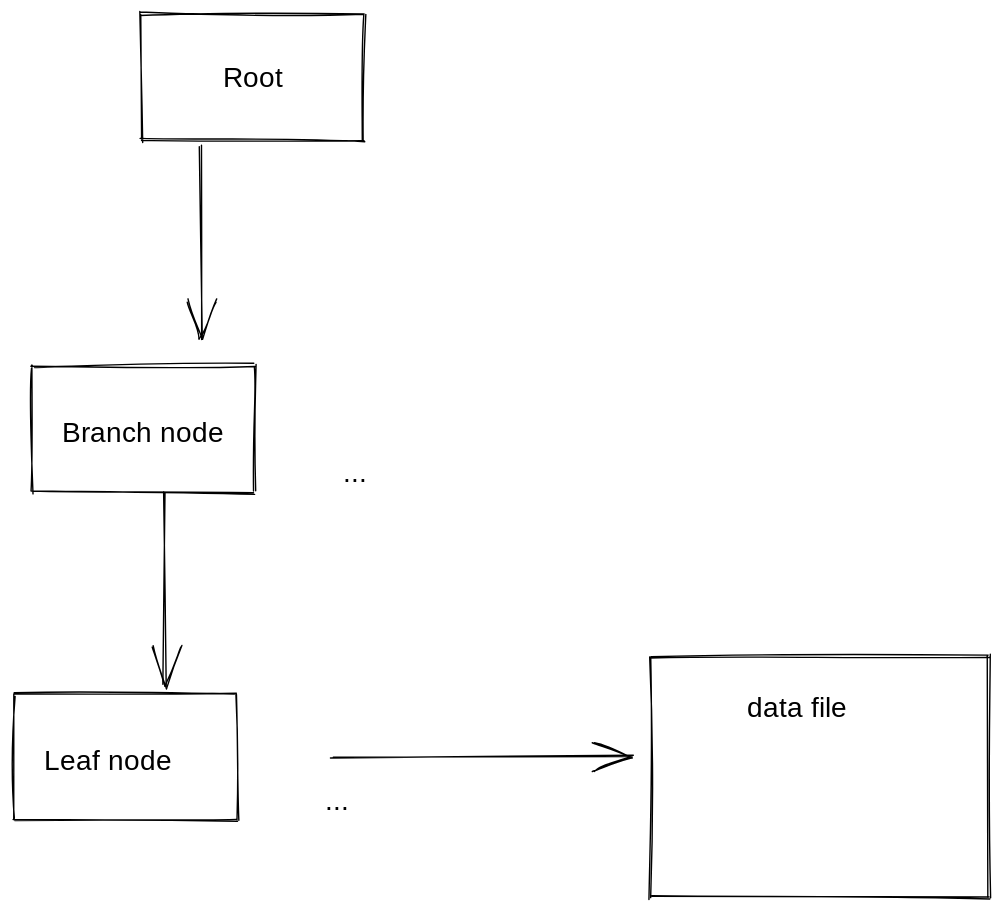
Earlier version of the Excalidraw export .gitbook/assets/file.excalidraw (2) (1).svg (Junnyjun/junlog). Source tidied: one line per element, renumbered; positions are measured from the earlier drawing's top-left corner, leaving out a move shared by most shapes.
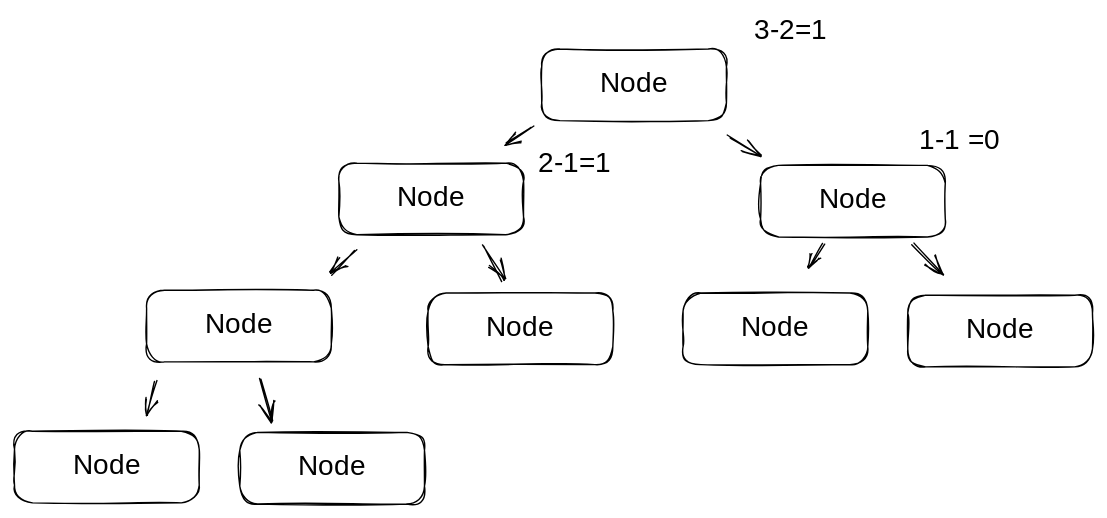
After the change.

Diff of the diagram source:
```diff
@@ -1,13 +1,29 @@
-{"id": 0, "type": "rectangle", "strokeColor": "#000000", "strokeWidth": 1, "roughness": 1, "x": 90, "y": 0, "width": 159, "height": 90}
-{"id": 1, "type": "text", "text": "Root", "strokeColor": "#000000", "strokeWidth": 1, "roughness": 1, "fontSize": 20, "fontFamily": 1, "x": 150, "y": 34, "width": 49, "height": 25}
-{"id": 2, "type": "arrow", "strokeColor": "#000000", "strokeWidth": 1, "roughness": 1, "endArrowhead": "arrow", "from": 0, "to": 3, "x": 134, "y": 95, "width": 0, "height": 138, "points": [[0, 0], [0, 138]]}
-{"id": 3, "type": "rectangle", "strokeColor": "#000000", "strokeWidth": 1, "roughness": 1, "x": 13, "y": 251, "width": 159, "height": 90}
-{"id": 4, "type": "text", "text": "Branch node", "strokeColor": "#000000", "strokeWidth": 1, "roughness": 1, "fontSize": 20, "fontFamily": 1, "x": 34, "y": 287, "width": 120, "height": 25}
-{"id": 5, "type": "text", "text": "...", "strokeColor": "#000000", "strokeWidth": 1, "roughness": 1, "fontSize": 20, "fontFamily": 1, "x": 235, "y": 316, "width": 18, "height": 25}
-{"id": 6, "type": "rectangle", "strokeColor": "#000000", "strokeWidth": 1, "roughness": 1, "x": 0, "y": 486, "width": 159, "height": 90}
-{"id": 7, "type": "text", "text": "Leaf node", "strokeColor": "#000000", "strokeWidth": 1, "roughness": 1, "fontSize": 20, "fontFamily": 1, "x": 22, "y": 522, "width": 101, "height": 25}
-{"id": 8, "type": "text", "text": "...", "strokeColor": "#000000", "strokeWidth": 1, "roughness": 1, "fontSize": 20, "fontFamily": 1, "x": 222, "y": 551, "width": 18, "height": 25}
-{"id": 9, "type": "arrow", "strokeColor": "#000000", "strokeWidth": 1, "roughness": 1, "endArrowhead": "arrow", "to": 6, "x": 107, "y": 341, "width": 0, "height": 138, "points": [[0, 0], [0, 138]]}
-{"id": 10, "type": "arrow", "strokeColor": "#000000", "strokeWidth": 1, "roughness": 1, "endArrowhead": "arrow", "to": 11, "x": 226, "y": 531, "width": 216, "height": 0, "points": [[0, 0], [216, 0]]}
-{"id": 11, "type": "rectangle", "strokeColor": "#000000", "strokeWidth": 1, "roughness": 1, "x": 455, "y": 459, "width": 241, "height": 172}
-{"id": 12, "type": "text", "text": "data file", "strokeColor": "#000000", "strokeWidth": 1, "roughness": 1, "fontSize": 20, "fontFamily": 1, "x": 524, "y": 484, "width": 92, "height": 25}
+{"id": 13, "type": "rectangle", "strokeColor": "#000000", "strokeWidth": 1, "roughness": 1, "round": true, "x": 54, "y": 281, "width": 132, "height": 51}
+{"id": 14, "type": "text", "text": "Node", "strokeColor": "#000000", "strokeWidth": 1, "roughness": 1, "fontSize": 20, "fontFamily": 1, "textAlign": "center", "verticalAlign": "middle", "inside": 13, "x": 96, "y": 294, "width": 48, "height": 26}
+{"id": 15, "type": "rectangle", "strokeColor": "#000000", "strokeWidth": 1, "roughness": 1, "round": true, "x": -91, "y": 363, "width": 132, "height": 51}
+{"id": 16, "type": "text", "text": "Node", "strokeColor": "#000000", "strokeWidth": 1, "roughness": 1, "fontSize": 20, "fontFamily": 1, "textAlign": "center", "verticalAlign": "middle", "inside": 15, "x": -49, "y": 375, "width": 48, "height": 26}
+{"id": 17, "type": "rectangle", "strokeColor": "#000000", "strokeWidth": 1, "roughness": 1, "round": true, "x": 211, "y": 364, "width": 132, "height": 51}
+{"id": 18, "type": "text", "text": "Node", "strokeColor": "#000000", "strokeWidth": 1, "roughness": 1, "fontSize": 20, "fontFamily": 1, "textAlign": "center", "verticalAlign": "middle", "inside": 17, "x": 253, "y": 377, "width": 48, "height": 26}
+{"id": 19, "type": "rectangle", "strokeColor": "#000000", "strokeWidth": 1, "roughness": 1, "round": true, "x": 316, "y": 457, "width": 132, "height": 51}
+{"id": 20, "type": "text", "text": "Node", "strokeColor": "#000000", "strokeWidth": 1, "roughness": 1, "fontSize": 20, "fontFamily": 1, "textAlign": "center", "verticalAlign": "middle", "inside": 19, "x": 358, "y": 470, "width": 48, "height": 26}
+{"id": 21, "type": "rectangle", "strokeColor": "#000000", "strokeWidth": 1, "roughness": 1, "round": true, "x": 155, "y": 455, "width": 132, "height": 51}
+{"id": 22, "type": "text", "text": "Node", "strokeColor": "#000000", "strokeWidth": 1, "roughness": 1, "fontSize": 20, "fontFamily": 1, "textAlign": "center", "verticalAlign": "middle", "inside": 21, "x": 197, "y": 468, "width": 48, "height": 26}
+{"id": 23, "type": "rectangle", "strokeColor": "#000000", "strokeWidth": 1, "roughness": 1, "round": true, "x": -228, "y": 453, "width": 132, "height": 51}
+{"id": 24, "type": "text", "text": "Node", "strokeColor": "#000000", "strokeWidth": 1, "roughness": 1, "fontSize": 20, "fontFamily": 1, "textAlign": "center", "verticalAlign": "middle", "inside": 23, "x": -186, "y": 466, "width": 48, "height": 26}
+{"id": 25, "type": "rectangle", "strokeColor": "#000000", "strokeWidth": 1, "roughness": 1, "round": true, "x": -322, "y": 554, "width": 132, "height": 51}
+{"id": 26, "type": "text", "text": "Node", "strokeColor": "#000000", "strokeWidth": 1, "roughness": 1, "fontSize": 20, "fontFamily": 1, "textAlign": "center", "verticalAlign": "middle", "inside": 25, "x": -280, "y": 567, "width": 48, "height": 26}
+{"id": 27, "type": "rectangle", "strokeColor": "#000000", "strokeWidth": 1, "roughness": 1, "round": true, "x": -161, "y": 555, "width": 132, "height": 51}
+{"id": 28, "type": "text", "text": "Node", "strokeColor": "#000000", "strokeWidth": 1, "roughness": 1, "fontSize": 20, "fontFamily": 1, "textAlign": "center", "verticalAlign": "middle", "inside": 27, "x": -119, "y": 568, "width": 48, "height": 26}
+{"id": 29, "type": "text", "text": "1-1 =0", "strokeColor": "#000000", "strokeWidth": 1, "roughness": 1, "fontSize": 20, "fontFamily": 1, "x": 324, "y": 334, "width": 57, "height": 25}
+{"id": 30, "type": "text", "text": "3-2=1", "strokeColor": "#000000", "strokeWidth": 1, "roughness": 1, "fontSize": 20, "fontFamily": 1, "x": 206, "y": 256, "width": 56, "height": 25}
+{"id": 31, "type": "rectangle", "strokeColor": "#000000", "strokeWidth": 1, "roughness": 1, "round": true, "x": -27, "y": 455, "width": 132, "height": 51}
+{"id": 32, "type": "text", "text": "Node", "strokeColor": "#000000", "strokeWidth": 1, "roughness": 1, "fontSize": 20, "fontFamily": 1, "textAlign": "center", "verticalAlign": "middle", "inside": 31, "x": 15, "y": 468, "width": 48, "height": 26}
+{"id": 33, "type": "text", "text": "2-1=1", "strokeColor": "#000000", "strokeWidth": 1, "roughness": 1, "fontSize": 20, "fontFamily": 1, "x": 52, "y": 351, "width": 48, "height": 25}
+{"id": 34, "type": "arrow", "strokeColor": "#000000", "strokeWidth": 1, "roughness": 1, "endArrowhead": "arrow", "round": true, "from": 23, "to": 27, "x": -147, "y": 516, "width": 8, "height": 32, "points": [[0, 0], [8, 32]]}
+{"id": 35, "type": "arrow", "strokeColor": "#000000", "strokeWidth": 1, "roughness": 1, "endArrowhead": "arrow", "round": true, "from": 23, "to": 25, "x": -222, "y": 518, "width": 6, "height": 24, "points": [[0, 0], [-6, 24]]}
+{"id": 36, "type": "arrow", "strokeColor": "#000000", "strokeWidth": 1, "roughness": 1, "endArrowhead": "arrow", "round": true, "from": 15, "to": 31, "x": 12, "y": 422, "width": 14, "height": 25, "points": [[0, 0], [14, 25]]}
+{"id": 37, "type": "arrow", "strokeColor": "#000000", "strokeWidth": 1, "roughness": 1, "endArrowhead": "arrow", "round": true, "from": 15, "to": 23, "x": -78, "y": 424, "width": 18, "height": 18, "points": [[0, 0], [-18, 18]]}
+{"id": 38, "type": "arrow", "strokeColor": "#000000", "strokeWidth": 1, "roughness": 1, "endArrowhead": "arrow", "round": true, "from": 17, "x": 257, "y": 419, "width": 10, "height": 18, "points": [[0, 0], [-10, 18]]}
+{"id": 39, "type": "arrow", "strokeColor": "#000000", "strokeWidth": 1, "roughness": 1, "endArrowhead": "arrow", "round": true, "from": 17, "to": 19, "x": 320, "y": 421, "width": 20, "height": 21, "points": [[0, 0], [20, 21]]}
+{"id": 40, "type": "arrow", "strokeColor": "#000000", "strokeWidth": 1, "roughness": 1, "endArrowhead": "arrow", "round": true, "from": 13, "to": 17, "x": 187, "y": 343, "width": 22, "height": 13, "points": [[0, 0], [22, 13]]}
+{"id": 41, "type": "arrow", "strokeColor": "#000000", "strokeWidth": 1, "roughness": 1, "endArrowhead": "arrow", "round": true, "from": 33, "to": 15, "x": 47, "y": 337, "width": 19, "height": 11, "points": [[0, 0], [-19, 11]]}
```
